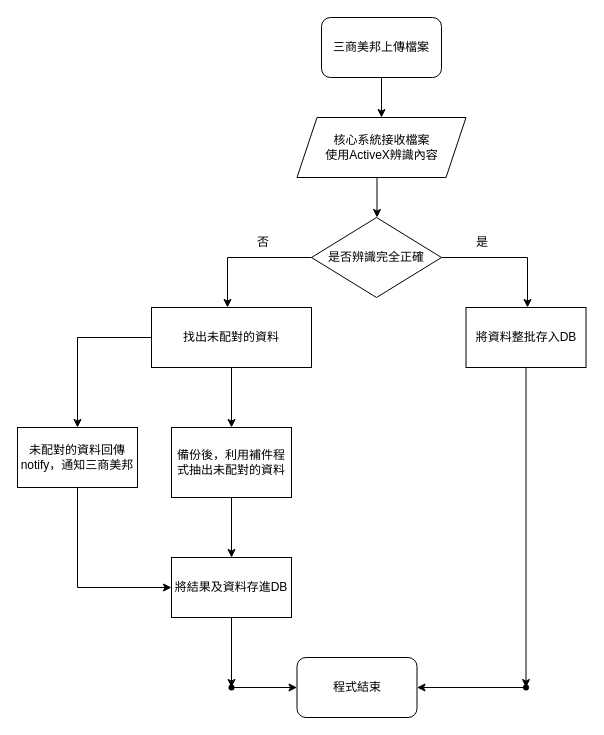
Above: Untitled Diagram.drawio in 33b29/xml (draw.io), before the change. Source tidied: cells renumbered, new cells numbered last; positions are measured from the earlier drawing's top-left corner, leaving out a move shared by most shapes. Both pictures are drawn from the tidied source at 100%, with x=0, y=0 at pixel (17, 17).
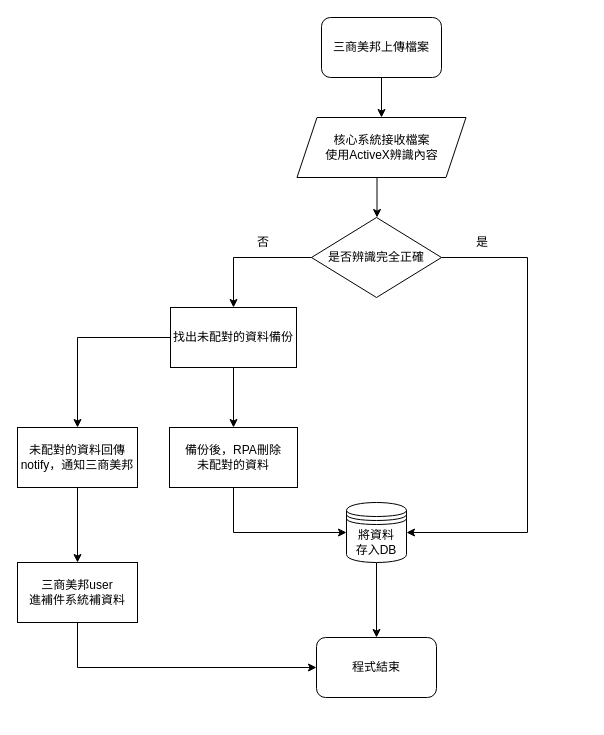
The same page after the edit.

The change refers to these unchanged cells:
```xml
<mxCell id="6" value="是否辨識完全正確" style="rhombus;whiteSpace=wrap;html=1;" parent="1" vertex="1">
  <mxGeometry x="294" y="200" width="130" height="80" as="geometry" />
</mxCell>
<mxCell id="17" value="未配對的資料回傳notify，通知三商美邦" style="whiteSpace=wrap;html=1;rounded=0;fillColor=none;" parent="1" vertex="1">
  <mxGeometry y="410" width="120" height="60" as="geometry" />
</mxCell>
```

What changed in the source:
```diff
@@
-    <mxCell id="5" style="edgeStyle=orthogonalEdgeStyle;rounded=0;jettySize=auto;html=1;exitX=0;exitY=0.5;exitDx=0;exitDy=0;" parent="1" edge="1" source="6">
-      <mxGeometry relative="1" as="geometry">
-        <mxPoint x="210" y="290" as="targetPoint" />
-        <Array as="points">
-          <mxPoint x="210" y="240" />
-          <mxPoint x="210" y="290" />
-        </Array>
-      </mxGeometry>
-    </mxCell>
+    <mxCell id="27" style="edgeStyle=orthogonalEdgeStyle;rounded=0;jettySize=auto;html=1;exitX=0;exitY=0.5;exitDx=0;exitDy=0;" parent="1" edge="1" source="6" target="15">
+      <mxGeometry relative="1" as="geometry" />
+    </mxCell>
@@
-    <mxCell id="8" style="endArrow=classic;html=1;rounded=0;" parent="1" edge="1">
+    <mxCell id="8" style="endArrow=classic;html=1;rounded=0;entryX=1;entryY=0.5;entryDx=0;entryDy=0;" parent="1" edge="1" target="31">
       <mxGeometry relative="1" as="geometry">
         <mxPoint x="424" y="240" as="sourcePoint" />
-        <mxPoint x="510" y="290" as="targetPoint" />
         <Array as="points">
           <mxPoint x="510" y="240" />
+          <mxPoint x="510" y="515" />
         </Array>
       </mxGeometry>
     </mxCell>
@@
-    <mxCell id="11" style="edgeStyle=orthogonalEdgeStyle;rounded=0;jettySize=auto;html=1;" parent="1" edge="1" source="12" target="24">
-      <mxGeometry relative="1" as="geometry" />
-    </mxCell>
-    <mxCell id="12" value="將資料整批存入DB" style="rounded=0;whiteSpace=wrap;html=1;fillColor=none;" parent="1" vertex="1">
-      <mxGeometry x="448.5" y="290" width="120" height="60" as="geometry" />
-    </mxCell>
@@
-    <mxCell id="14" style="edgeStyle=orthogonalEdgeStyle;rounded=0;jettySize=auto;html=1;" parent="1" edge="1" source="15" target="19">
+    <mxCell id="14" style="edgeStyle=orthogonalEdgeStyle;rounded=0;jettySize=auto;html=1;exitX=0.5;exitY=1;exitDx=0;exitDy=0;entryX=0.5;entryY=0;entryDx=0;entryDy=0;" parent="1" edge="1" source="15" target="19">
       <mxGeometry relative="1" as="geometry" />
     </mxCell>
-    <mxCell id="15" value="找出未配對的資料" style="rounded=0;whiteSpace=wrap;html=1;fillColor=none;" parent="1" vertex="1">
-      <mxGeometry x="134" y="290" width="160" height="60" as="geometry" />
+    <mxCell id="15" value="找出未配對的資料備份" style="rounded=0;whiteSpace=wrap;html=1;fillColor=none;" parent="1" vertex="1">
+      <mxGeometry x="153" y="290" width="126" height="60" as="geometry" />
     </mxCell>
-    <mxCell id="16" style="edgeStyle=orthogonalEdgeStyle;rounded=0;jettySize=auto;html=1;entryX=0;entryY=0.5;entryDx=0;entryDy=0;" parent="1" edge="1" source="17" target="21">
-      <mxGeometry relative="1" as="geometry">
-        <Array as="points">
-          <mxPoint x="60" y="570" />
-        </Array>
-      </mxGeometry>
-    </mxCell>
+    <mxCell id="28" style="edgeStyle=orthogonalEdgeStyle;rounded=0;jettySize=auto;html=1;exitX=0.5;exitY=1;exitDx=0;exitDy=0;entryX=0.5;entryY=0;entryDx=0;entryDy=0;" parent="1" edge="1" source="17" target="33">
+      <mxGeometry relative="1" as="geometry" />
+    </mxCell>
@@
-    <mxCell id="18" style="edgeStyle=orthogonalEdgeStyle;rounded=0;jettySize=auto;html=1;" parent="1" edge="1" source="19" target="21">
-      <mxGeometry relative="1" as="geometry" />
-    </mxCell>
+    <mxCell id="29" style="edgeStyle=orthogonalEdgeStyle;rounded=0;jettySize=auto;html=1;exitX=0.5;exitY=1;exitDx=0;exitDy=0;entryX=0;entryY=0.5;entryDx=0;entryDy=0;" parent="1" edge="1" source="19" target="31">
+      <mxGeometry relative="1" as="geometry" />
+    </mxCell>
-    <mxCell id="19" value="備份後，利用補件程式抽出未配對的資料" style="whiteSpace=wrap;html=1;rounded=0;fillColor=none;" parent="1" vertex="1">
-      <mxGeometry x="154" y="410" width="120" height="70" as="geometry" />
+    <mxCell id="19" value="備份後，RPA刪除&lt;br&gt;未配對的資料" style="whiteSpace=wrap;html=1;rounded=0;fillColor=none;" parent="1" vertex="1">
+      <mxGeometry x="152" y="410" width="128" height="60" as="geometry" />
     </mxCell>
-    <mxCell id="20" style="edgeStyle=orthogonalEdgeStyle;rounded=0;jettySize=auto;html=1;" parent="1" edge="1" source="21" target="26">
-      <mxGeometry relative="1" as="geometry" />
-    </mxCell>
-    <mxCell id="21" value="將結果及資料存進DB" style="whiteSpace=wrap;html=1;rounded=0;fillColor=none;" parent="1" vertex="1">
-      <mxGeometry x="154" y="540" width="120" height="60" as="geometry" />
-    </mxCell>
     <mxCell id="22" value="程式結束" style="rounded=1;whiteSpace=wrap;html=1;fillColor=none;" parent="1" vertex="1">
-      <mxGeometry x="279.5" y="640" width="120" height="60" as="geometry" />
+      <mxGeometry x="299" y="620" width="120" height="60" as="geometry" />
     </mxCell>
-    <mxCell id="23" style="edgeStyle=orthogonalEdgeStyle;rounded=0;jettySize=auto;html=1;" parent="1" edge="1" source="24" target="22">
-      <mxGeometry relative="1" as="geometry">
-        <Array as="points">
-          <mxPoint x="509" y="670" />
-        </Array>
-      </mxGeometry>
-    </mxCell>
-    <mxCell id="24" style="shape=waypoint;size=6;points=[];fillColor=none;perimeter=centerPerimeter;snapToPoint=1;rounded=0;" parent="1" vertex="1">
-      <mxGeometry x="488.5" y="650" width="40" height="40" as="geometry" />
-    </mxCell>
-    <mxCell id="25" style="edgeStyle=orthogonalEdgeStyle;rounded=0;jettySize=auto;html=1;" parent="1" edge="1" source="26" target="22">
-      <mxGeometry relative="1" as="geometry">
-        <Array as="points">
-          <mxPoint x="214" y="670" />
-        </Array>
-      </mxGeometry>
-    </mxCell>
-    <mxCell id="26" style="shape=waypoint;size=6;points=[];fillColor=none;perimeter=centerPerimeter;snapToPoint=1;rounded=0;" parent="1" vertex="1">
-      <mxGeometry x="194" y="650" width="40" height="40" as="geometry" />
-    </mxCell>
+    <mxCell id="30" style="edgeStyle=orthogonalEdgeStyle;rounded=0;jettySize=auto;html=1;exitX=0.5;exitY=1;exitDx=0;exitDy=0;entryX=0.5;entryY=0;entryDx=0;entryDy=0;" parent="1" edge="1" source="31" target="22">
+      <mxGeometry relative="1" as="geometry" />
+    </mxCell>
+    <mxCell id="31" value="&lt;span&gt;將資料&lt;br&gt;存入DB&lt;/span&gt;" style="shape=datastore;whiteSpace=wrap;html=1;" parent="1" vertex="1">
+      <mxGeometry x="329" y="485" width="60" height="60" as="geometry" />
+    </mxCell>
+    <mxCell id="32" style="edgeStyle=orthogonalEdgeStyle;rounded=0;jettySize=auto;html=1;exitX=0.5;exitY=1;exitDx=0;exitDy=0;entryX=0;entryY=0.5;entryDx=0;entryDy=0;" parent="1" edge="1" source="33" target="22">
+      <mxGeometry relative="1" as="geometry" />
+    </mxCell>
+    <mxCell id="33" value="三商美邦user&lt;br&gt;進補件系統補資料" style="rounded=0;whiteSpace=wrap;html=1;" parent="1" vertex="1">
+      <mxGeometry y="545" width="120" height="60" as="geometry" />
+    </mxCell>
```
